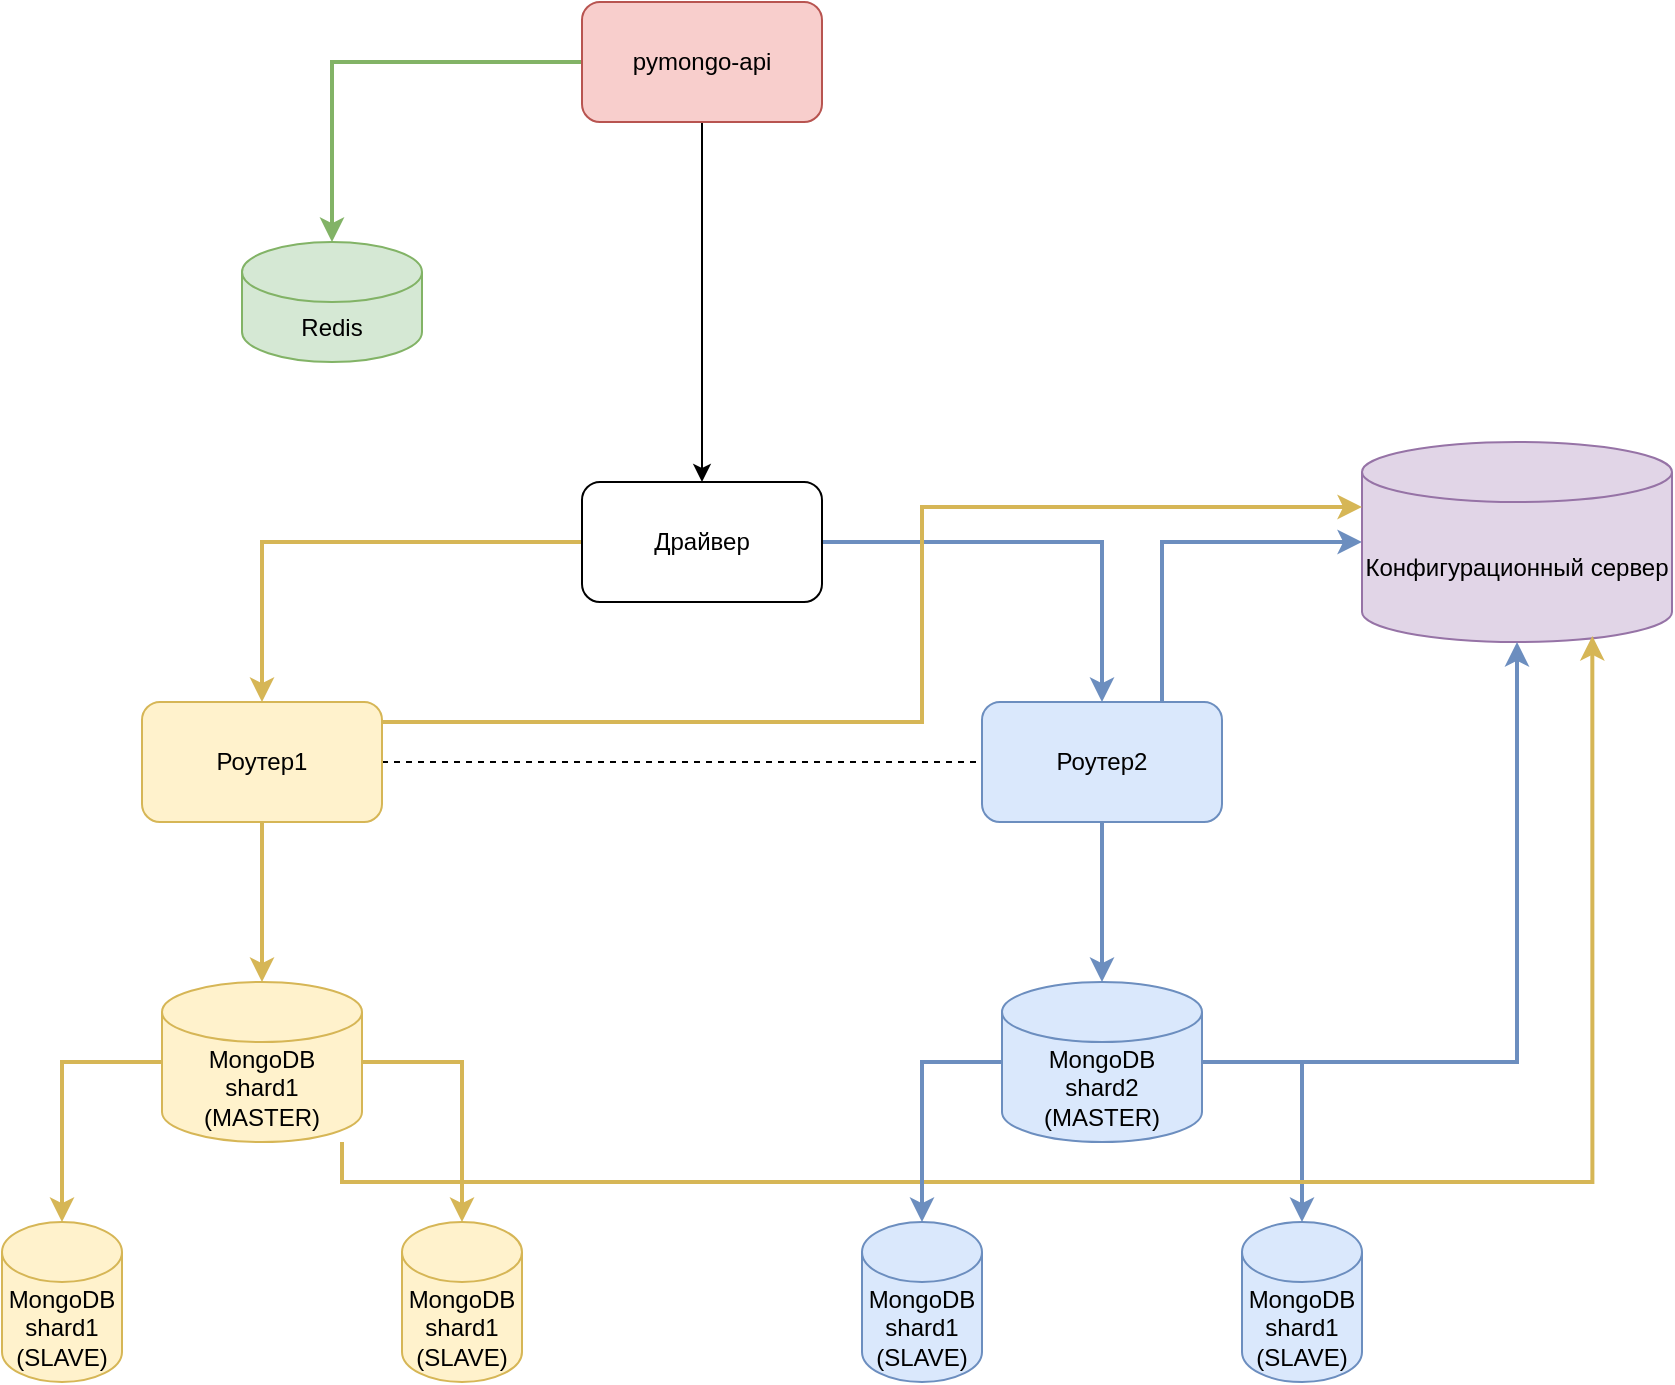
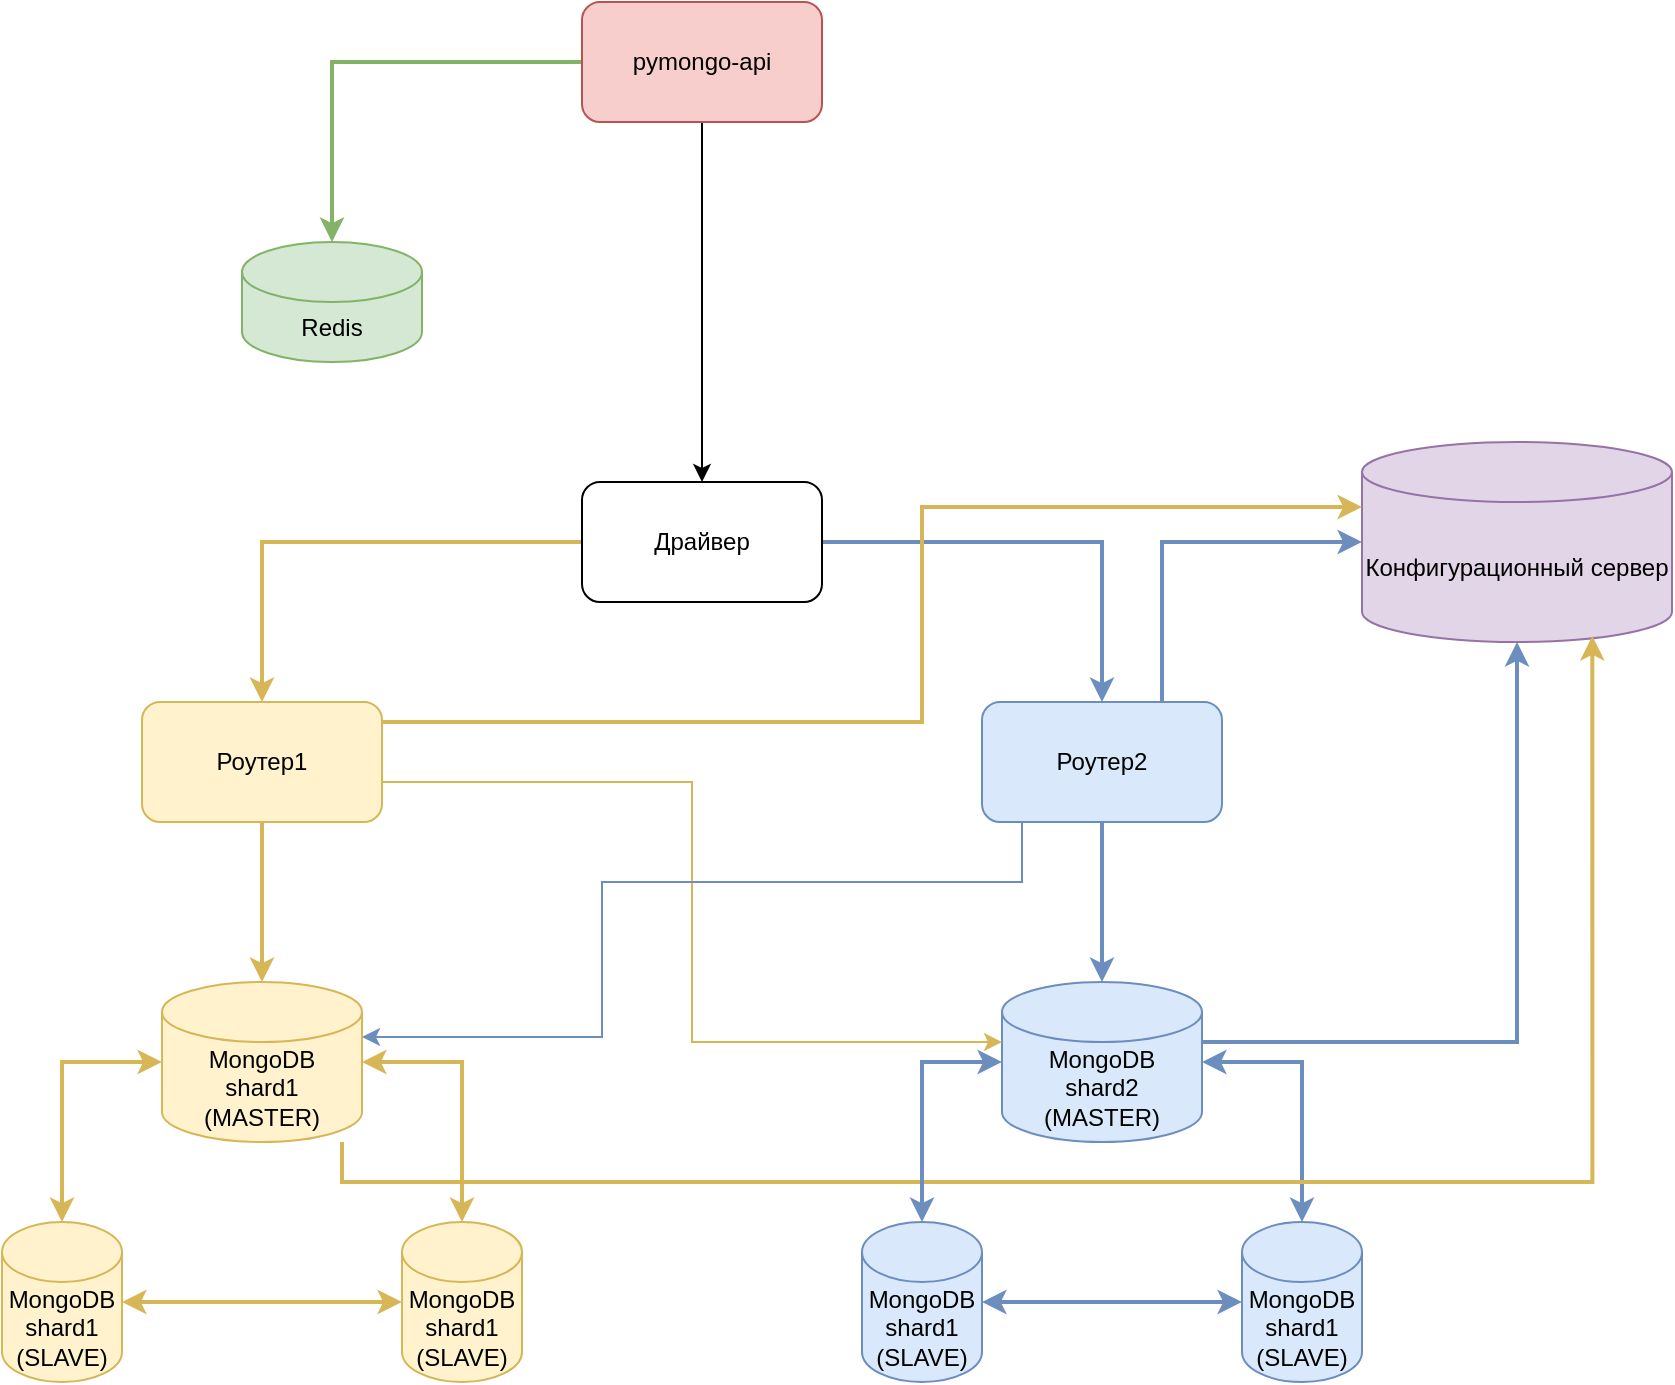
<mxfile host="app.diagrams.net" agent="Mozilla/5.0 (Macintosh; Intel Mac OS X 10_15_7) AppleWebKit/537.36 (KHTML, like Gecko) draw.io/24.6.4 Chrome/124.0.6367.207 Electron/30.0.6 Safari/537.36">
  <diagram name="Page-1" id="-H_mtQnk-PTXWXPvYvuk">
    <mxGraphModel dx="1288" dy="1530" grid="1" gridSize="10" guides="1" tooltips="1" connect="1" arrows="1" fold="1" page="1" pageScale="1" pageWidth="1169" pageHeight="827" math="0" shadow="0">
      <root>
        <mxCell id="0" />
        <mxCell id="1" parent="0" />
-         <mxCell id="-b0uPEWMNX4Y9v5Yv2N0-6" edge="1" parent="1" source="zA23MoTUsTF4_91t8viU-2" style="edgeStyle=orthogonalEdgeStyle;rounded=0;orthogonalLoop=1;jettySize=auto;html=1;strokeWidth=2;fillColor=#fff2cc;strokeColor=#d6b656;" target="-b0uPEWMNX4Y9v5Yv2N0-3">
+         <mxCell id="-b0uPEWMNX4Y9v5Yv2N0-6" edge="1" parent="1" source="zA23MoTUsTF4_91t8viU-2" style="edgeStyle=orthogonalEdgeStyle;rounded=0;orthogonalLoop=1;jettySize=auto;html=1;strokeWidth=2;fillColor=#fff2cc;strokeColor=#d6b656;startArrow=classic;startFill=1;" target="-b0uPEWMNX4Y9v5Yv2N0-3">
          <mxGeometry relative="1" as="geometry" />
        </mxCell>
        <mxCell id="zA23MoTUsTF4_91t8viU-2" parent="1" style="shape=cylinder3;whiteSpace=wrap;html=1;boundedLbl=1;backgroundOutline=1;size=15;fillColor=#fff2cc;strokeColor=#d6b656;" value="MongoDB&lt;br&gt;shard1 (MASTER)" vertex="1">
          <mxGeometry height="80" width="100" x="130" y="470" as="geometry" />
        </mxCell>
        <mxCell id="JA4CdrQExTbod57CP28f-2" edge="1" parent="1" source="zA23MoTUsTF4_91t8viU-3" style="edgeStyle=orthogonalEdgeStyle;rounded=0;orthogonalLoop=1;jettySize=auto;html=1;" target="JA4CdrQExTbod57CP28f-1" value="">
          <mxGeometry relative="1" as="geometry" />
        </mxCell>
        <mxCell id="qOHrFp2sAHkuGlirtrxi-2" edge="1" parent="1" source="zA23MoTUsTF4_91t8viU-3" style="edgeStyle=orthogonalEdgeStyle;rounded=0;orthogonalLoop=1;jettySize=auto;html=1;fillColor=#d5e8d4;strokeColor=#82b366;strokeWidth=2;" target="qOHrFp2sAHkuGlirtrxi-4" value="">
          <mxGeometry relative="1" as="geometry">
            <mxPoint x="170.07692307692287" y="109.99999999999977" as="targetPoint" />
          </mxGeometry>
        </mxCell>
        <mxCell id="zA23MoTUsTF4_91t8viU-3" parent="1" style="rounded=1;whiteSpace=wrap;html=1;fillColor=#f8cecc;strokeColor=#b85450;" value="pymongo-api" vertex="1">
          <mxGeometry height="60" width="120" x="340" y="-20" as="geometry" />
        </mxCell>
        <mxCell id="JA4CdrQExTbod57CP28f-4" edge="1" parent="1" source="JA4CdrQExTbod57CP28f-1" style="edgeStyle=orthogonalEdgeStyle;rounded=0;orthogonalLoop=1;jettySize=auto;html=1;fillColor=#fff2cc;strokeColor=#d6b656;strokeWidth=2;" target="JA4CdrQExTbod57CP28f-3" value="">
          <mxGeometry relative="1" as="geometry" />
        </mxCell>
        <mxCell id="JA4CdrQExTbod57CP28f-10" edge="1" parent="1" source="JA4CdrQExTbod57CP28f-1" style="edgeStyle=orthogonalEdgeStyle;rounded=0;orthogonalLoop=1;jettySize=auto;html=1;fillColor=#dae8fc;strokeColor=#6c8ebf;strokeWidth=2;" target="JA4CdrQExTbod57CP28f-7">
          <mxGeometry relative="1" as="geometry" />
        </mxCell>
        <mxCell id="JA4CdrQExTbod57CP28f-1" parent="1" style="whiteSpace=wrap;html=1;rounded=1;rotation=0;" value="Драйвер" vertex="1">
          <mxGeometry height="60" width="120" x="340" y="220" as="geometry" />
        </mxCell>
        <mxCell id="JA4CdrQExTbod57CP28f-15" edge="1" parent="1" source="JA4CdrQExTbod57CP28f-3" style="edgeStyle=orthogonalEdgeStyle;rounded=0;orthogonalLoop=1;jettySize=auto;html=1;fillColor=#fff2cc;strokeColor=#d6b656;strokeWidth=2;" target="zA23MoTUsTF4_91t8viU-2">
          <mxGeometry relative="1" as="geometry" />
        </mxCell>
-         <mxCell id="JA4CdrQExTbod57CP28f-18" edge="1" parent="1" source="JA4CdrQExTbod57CP28f-3" style="edgeStyle=orthogonalEdgeStyle;rounded=0;orthogonalLoop=1;jettySize=auto;html=1;dashed=1;endArrow=none;endFill=0;" target="JA4CdrQExTbod57CP28f-7">
-           <mxGeometry relative="1" as="geometry" />
-         </mxCell>
        <mxCell id="JA4CdrQExTbod57CP28f-3" parent="1" style="whiteSpace=wrap;html=1;rounded=1;fillColor=#fff2cc;strokeColor=#d6b656;" value="Роутер1" vertex="1">
          <mxGeometry height="60" width="120" x="120" y="330" as="geometry" />
        </mxCell>
        <mxCell id="JA4CdrQExTbod57CP28f-12" edge="1" parent="1" source="JA4CdrQExTbod57CP28f-7" style="edgeStyle=orthogonalEdgeStyle;rounded=0;orthogonalLoop=1;jettySize=auto;html=1;fillColor=#dae8fc;strokeColor=#6c8ebf;strokeWidth=2;" target="JA4CdrQExTbod57CP28f-11">
          <mxGeometry relative="1" as="geometry">
            <Array as="points">
              <mxPoint x="630" y="250" />
            </Array>
          </mxGeometry>
        </mxCell>
        <mxCell id="JA4CdrQExTbod57CP28f-7" parent="1" style="whiteSpace=wrap;html=1;rounded=1;fillColor=#dae8fc;strokeColor=#6c8ebf;" value="Роутер2" vertex="1">
          <mxGeometry height="60" width="120" x="540" y="330" as="geometry" />
        </mxCell>
        <mxCell id="JA4CdrQExTbod57CP28f-11" parent="1" style="shape=cylinder3;whiteSpace=wrap;html=1;boundedLbl=1;backgroundOutline=1;size=15;fillColor=#e1d5e7;strokeColor=#9673a6;" value="Конфигурационный сервер" vertex="1">
          <mxGeometry height="100" width="155" x="730" y="200" as="geometry" />
        </mxCell>
-         <mxCell id="-b0uPEWMNX4Y9v5Yv2N0-16" edge="1" parent="1" source="JA4CdrQExTbod57CP28f-13" style="edgeStyle=orthogonalEdgeStyle;rounded=0;orthogonalLoop=1;jettySize=auto;html=1;strokeWidth=2;fillColor=#dae8fc;strokeColor=#6c8ebf;" target="-b0uPEWMNX4Y9v5Yv2N0-13">
+         <mxCell id="-b0uPEWMNX4Y9v5Yv2N0-16" edge="1" parent="1" source="JA4CdrQExTbod57CP28f-13" style="edgeStyle=orthogonalEdgeStyle;rounded=0;orthogonalLoop=1;jettySize=auto;html=1;strokeWidth=2;fillColor=#dae8fc;strokeColor=#6c8ebf;startArrow=classic;startFill=1;" target="-b0uPEWMNX4Y9v5Yv2N0-13">
          <mxGeometry relative="1" as="geometry" />
        </mxCell>
        <mxCell id="JA4CdrQExTbod57CP28f-13" parent="1" style="shape=cylinder3;whiteSpace=wrap;html=1;boundedLbl=1;backgroundOutline=1;size=15;fillColor=#dae8fc;strokeColor=#6c8ebf;" value="MongoDB&lt;br&gt;shard2&lt;br&gt;(MASTER)" vertex="1">
          <mxGeometry height="80" width="100" x="550" y="470" as="geometry" />
        </mxCell>
        <mxCell id="JA4CdrQExTbod57CP28f-14" edge="1" parent="1" source="JA4CdrQExTbod57CP28f-7" style="edgeStyle=orthogonalEdgeStyle;rounded=0;orthogonalLoop=1;jettySize=auto;html=1;fillColor=#dae8fc;strokeColor=#6c8ebf;strokeWidth=2;" target="JA4CdrQExTbod57CP28f-13">
          <mxGeometry relative="1" as="geometry">
            <Array as="points" />
          </mxGeometry>
        </mxCell>
        <mxCell id="JA4CdrQExTbod57CP28f-16" edge="1" parent="1" source="JA4CdrQExTbod57CP28f-13" style="edgeStyle=orthogonalEdgeStyle;rounded=0;orthogonalLoop=1;jettySize=auto;html=1;entryX=0.5;entryY=1;entryDx=0;entryDy=0;entryPerimeter=0;fillColor=#dae8fc;strokeColor=#6c8ebf;strokeWidth=2;" target="JA4CdrQExTbod57CP28f-11">
-           <mxGeometry relative="1" as="geometry" />
+           <mxGeometry relative="1" as="geometry">
+             <Array as="points">
+               <mxPoint x="808" y="500" />
+             </Array>
+           </mxGeometry>
        </mxCell>
        <mxCell id="JA4CdrQExTbod57CP28f-17" edge="1" parent="1" source="zA23MoTUsTF4_91t8viU-2" style="edgeStyle=orthogonalEdgeStyle;rounded=0;orthogonalLoop=1;jettySize=auto;html=1;entryX=0.743;entryY=0.97;entryDx=0;entryDy=0;entryPerimeter=0;fillColor=#fff2cc;strokeColor=#d6b656;strokeWidth=2;" target="JA4CdrQExTbod57CP28f-11">
          <mxGeometry relative="1" as="geometry">
            <Array as="points">
              <mxPoint x="220" y="570" />
              <mxPoint x="845" y="570" />
            </Array>
          </mxGeometry>
        </mxCell>
+         <mxCell id="azLWR_Eyw_-tYM01W0ik-1" edge="1" parent="1" source="-b0uPEWMNX4Y9v5Yv2N0-1" style="edgeStyle=orthogonalEdgeStyle;rounded=0;orthogonalLoop=1;jettySize=auto;html=1;fillColor=#fff2cc;strokeColor=#d6b656;strokeWidth=2;startArrow=classic;startFill=1;" target="-b0uPEWMNX4Y9v5Yv2N0-3">
+           <mxGeometry relative="1" as="geometry" />
+         </mxCell>
        <mxCell id="-b0uPEWMNX4Y9v5Yv2N0-1" parent="1" style="shape=cylinder3;whiteSpace=wrap;html=1;boundedLbl=1;backgroundOutline=1;size=15;fillColor=#fff2cc;strokeColor=#d6b656;" value="MongoDB&lt;br&gt;shard1&lt;br&gt;(SLAVE)" vertex="1">
          <mxGeometry height="80" width="60" x="50" y="590" as="geometry" />
        </mxCell>
        <mxCell id="-b0uPEWMNX4Y9v5Yv2N0-3" parent="1" style="shape=cylinder3;whiteSpace=wrap;html=1;boundedLbl=1;backgroundOutline=1;size=15;fillColor=#fff2cc;strokeColor=#d6b656;" value="MongoDB&lt;br&gt;shard1&lt;br&gt;(SLAVE)" vertex="1">
          <mxGeometry height="80" width="60" x="250" y="590" as="geometry" />
        </mxCell>
-         <mxCell id="-b0uPEWMNX4Y9v5Yv2N0-4" edge="1" parent="1" source="zA23MoTUsTF4_91t8viU-2" style="edgeStyle=orthogonalEdgeStyle;rounded=0;orthogonalLoop=1;jettySize=auto;html=1;entryX=0.5;entryY=0;entryDx=0;entryDy=0;entryPerimeter=0;fillColor=#fff2cc;strokeColor=#d6b656;strokeWidth=2;" target="-b0uPEWMNX4Y9v5Yv2N0-1">
+         <mxCell id="-b0uPEWMNX4Y9v5Yv2N0-4" edge="1" parent="1" source="zA23MoTUsTF4_91t8viU-2" style="edgeStyle=orthogonalEdgeStyle;rounded=0;orthogonalLoop=1;jettySize=auto;html=1;entryX=0.5;entryY=0;entryDx=0;entryDy=0;entryPerimeter=0;fillColor=#fff2cc;strokeColor=#d6b656;strokeWidth=2;startArrow=classic;startFill=1;" target="-b0uPEWMNX4Y9v5Yv2N0-1">
+           <mxGeometry relative="1" as="geometry" />
+         </mxCell>
+         <mxCell id="azLWR_Eyw_-tYM01W0ik-2" edge="1" parent="1" source="-b0uPEWMNX4Y9v5Yv2N0-11" style="edgeStyle=orthogonalEdgeStyle;rounded=0;orthogonalLoop=1;jettySize=auto;html=1;fillColor=#dae8fc;strokeColor=#6c8ebf;startArrow=classic;startFill=1;strokeWidth=2;" target="-b0uPEWMNX4Y9v5Yv2N0-13">
          <mxGeometry relative="1" as="geometry" />
        </mxCell>
        <mxCell id="-b0uPEWMNX4Y9v5Yv2N0-11" parent="1" style="shape=cylinder3;whiteSpace=wrap;html=1;boundedLbl=1;backgroundOutline=1;size=15;fillColor=#dae8fc;strokeColor=#6c8ebf;" value="MongoDB&lt;br&gt;shard1&lt;br&gt;(SLAVE)" vertex="1">
          <mxGeometry height="80" width="60" x="480" y="590" as="geometry" />
        </mxCell>
        <mxCell id="-b0uPEWMNX4Y9v5Yv2N0-13" parent="1" style="shape=cylinder3;whiteSpace=wrap;html=1;boundedLbl=1;backgroundOutline=1;size=15;fillColor=#dae8fc;strokeColor=#6c8ebf;" value="MongoDB&lt;br&gt;shard1&lt;br&gt;(SLAVE)" vertex="1">
          <mxGeometry height="80" width="60" x="670" y="590" as="geometry" />
        </mxCell>
-         <mxCell id="-b0uPEWMNX4Y9v5Yv2N0-14" edge="1" parent="1" source="JA4CdrQExTbod57CP28f-13" style="edgeStyle=orthogonalEdgeStyle;rounded=0;orthogonalLoop=1;jettySize=auto;html=1;entryX=0.5;entryY=0;entryDx=0;entryDy=0;entryPerimeter=0;fillColor=#dae8fc;strokeColor=#6c8ebf;strokeWidth=2;" target="-b0uPEWMNX4Y9v5Yv2N0-11">
+         <mxCell id="-b0uPEWMNX4Y9v5Yv2N0-14" edge="1" parent="1" source="JA4CdrQExTbod57CP28f-13" style="edgeStyle=orthogonalEdgeStyle;rounded=0;orthogonalLoop=1;jettySize=auto;html=1;entryX=0.5;entryY=0;entryDx=0;entryDy=0;entryPerimeter=0;fillColor=#dae8fc;strokeColor=#6c8ebf;strokeWidth=2;startArrow=classic;startFill=1;" target="-b0uPEWMNX4Y9v5Yv2N0-11">
          <mxGeometry relative="1" as="geometry" />
        </mxCell>
        <mxCell id="qOHrFp2sAHkuGlirtrxi-4" parent="1" style="shape=cylinder3;whiteSpace=wrap;html=1;boundedLbl=1;backgroundOutline=1;size=15;fillColor=#d5e8d4;strokeColor=#82b366;" value="Redis" vertex="1">
          <mxGeometry height="60" width="90" x="170" y="100" as="geometry" />
        </mxCell>
        <mxCell id="qOHrFp2sAHkuGlirtrxi-5" edge="1" parent="1" source="JA4CdrQExTbod57CP28f-3" style="edgeStyle=orthogonalEdgeStyle;rounded=0;orthogonalLoop=1;jettySize=auto;html=1;entryX=0;entryY=0;entryDx=0;entryDy=32.5;entryPerimeter=0;fillColor=#fff2cc;strokeColor=#d6b656;strokeWidth=2;" target="JA4CdrQExTbod57CP28f-11">
          <mxGeometry relative="1" as="geometry">
            <Array as="points">
              <mxPoint x="510" y="340" />
              <mxPoint x="510" y="232" />
            </Array>
          </mxGeometry>
        </mxCell>
+         <mxCell id="azLWR_Eyw_-tYM01W0ik-3" edge="1" parent="1" source="JA4CdrQExTbod57CP28f-3" style="edgeStyle=orthogonalEdgeStyle;rounded=0;orthogonalLoop=1;jettySize=auto;html=1;fillColor=#fff2cc;strokeColor=#d6b656;" target="JA4CdrQExTbod57CP28f-13">
+           <mxGeometry relative="1" as="geometry">
+             <Array as="points">
+               <mxPoint x="395" y="370" />
+               <mxPoint x="395" y="500" />
+             </Array>
+           </mxGeometry>
+         </mxCell>
+         <mxCell id="azLWR_Eyw_-tYM01W0ik-4" edge="1" parent="1" source="JA4CdrQExTbod57CP28f-7" style="edgeStyle=orthogonalEdgeStyle;rounded=0;orthogonalLoop=1;jettySize=auto;html=1;entryX=1;entryY=0;entryDx=0;entryDy=27.5;entryPerimeter=0;fillColor=#dae8fc;strokeColor=#6c8ebf;" target="zA23MoTUsTF4_91t8viU-2">
+           <mxGeometry relative="1" as="geometry">
+             <Array as="points">
+               <mxPoint x="560" y="420" />
+               <mxPoint x="350" y="420" />
+               <mxPoint x="350" y="498" />
+             </Array>
+           </mxGeometry>
+         </mxCell>
      </root>
    </mxGraphModel>
  </diagram>
</mxfile>
